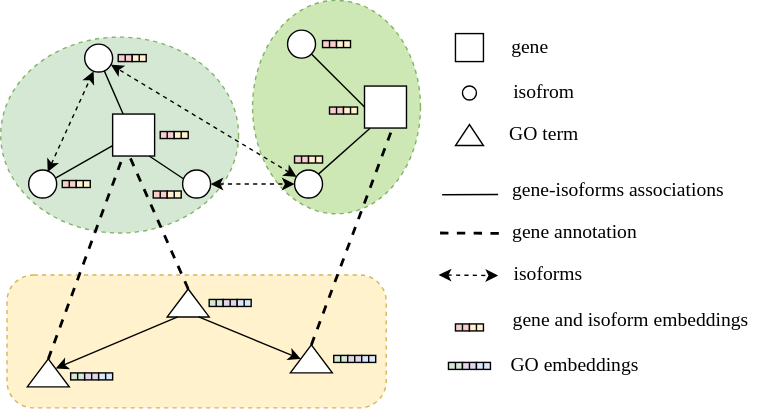
Before: 未命名绘图.drawio.svg, a diagram exported from draw.io (gk3046/testgkkk). Source tidied: cells renumbered, new cells last; positions are measured from the earlier drawing's top-left corner, leaving out a move shared by most shapes.
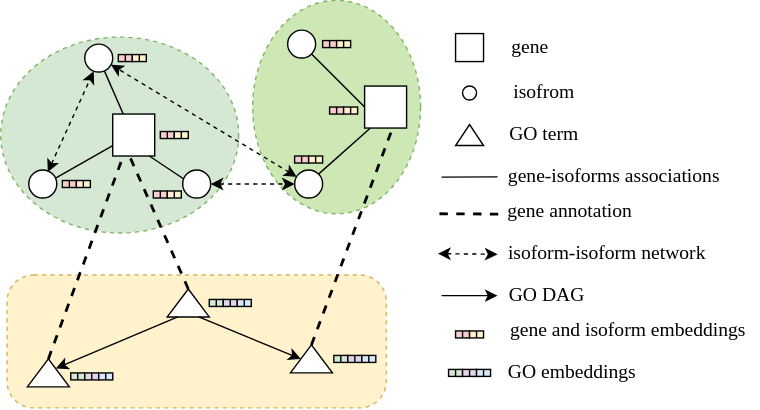
After the commit.

Commit message:
更新未命名绘图.drawio.svg

Diff of the diagram source:
```diff
@@ -104,36 +104,36 @@
     </mxCell>
     <mxCell id="34" style="endArrow=none;dashed=1;html=1;strokeWidth=2;rounded=0;" parent="1" edge="1">
       <mxGeometry relative="1" as="geometry">
-        <mxPoint x="314" y="166" as="sourcePoint" />
-        <mxPoint x="357" y="166.2" as="targetPoint" />
+        <mxPoint x="313.5" y="152.2" as="sourcePoint" />
+        <mxPoint x="356.5" y="152.5" as="targetPoint" />
       </mxGeometry>
     </mxCell>
-    <mxCell id="35" value="&lt;font style=&quot;font-size: 14px;&quot; face=&quot;Times New Roman&quot;&gt;gene annotation&lt;/font&gt;" style="text;html=1;align=center;verticalAlign=middle;strokeColor=none;fillColor=none;" parent="1" vertex="1">
-      <mxGeometry x="355" y="151" width="110" height="30" as="geometry" />
+    <mxCell id="35" value="&lt;font style=&quot;font-size: 14px;&quot; face=&quot;Times New Roman&quot;&gt;gene annotation&amp;nbsp;&amp;nbsp;&lt;/font&gt;" style="text;html=1;align=center;verticalAlign=middle;strokeColor=none;fillColor=none;" parent="1" vertex="1">
+      <mxGeometry x="350" y="136" width="120" height="30" as="geometry" />
     </mxCell>
     <mxCell id="36" style="endArrow=classic;startArrow=classic;html=1;rounded=0;dashed=1;exitX=1;exitY=0.5;exitDx=0;exitDy=0;" parent="1" edge="1">
       <mxGeometry relative="1" as="geometry">
-        <mxPoint x="313" y="196" as="sourcePoint" />
-        <mxPoint x="355.5" y="196.4" as="targetPoint" />
+        <mxPoint x="312.5" y="180.8" as="sourcePoint" />
+        <mxPoint x="355" y="181.2" as="targetPoint" />
       </mxGeometry>
     </mxCell>
-    <mxCell id="37" value="&lt;font face=&quot;Times New Roman&quot; style=&quot;font-size: 14px;&quot;&gt;isoforms&lt;/font&gt;" style="text;html=1;align=center;verticalAlign=middle;strokeColor=none;fillColor=none;" parent="1" vertex="1">
-      <mxGeometry x="355.5" y="181" width="70" height="30" as="geometry" />
+    <mxCell id="37" value="&lt;font face=&quot;Times New Roman&quot; style=&quot;font-size: 14px;&quot;&gt;isoform-isoform network&lt;/font&gt;" style="text;html=1;align=center;verticalAlign=middle;strokeColor=none;fillColor=none;" parent="1" vertex="1">
+      <mxGeometry x="352.5" y="166" width="160" height="30" as="geometry" />
     </mxCell>
     <mxCell id="38" style="endArrow=none;html=1;rounded=0;" parent="1" edge="1">
       <mxGeometry relative="1" as="geometry">
-        <mxPoint x="315.5" y="138.7" as="sourcePoint" />
-        <mxPoint x="355.5" y="138.5" as="targetPoint" />
+        <mxPoint x="315" y="126.1" as="sourcePoint" />
+        <mxPoint x="355" y="125.9" as="targetPoint" />
       </mxGeometry>
     </mxCell>
     <mxCell id="39" value="&lt;font style=&quot;font-size: 14px;&quot; face=&quot;Times New Roman&quot;&gt;gene-isoforms&amp;nbsp;associations&lt;br&gt;&lt;/font&gt;" style="text;html=1;align=center;verticalAlign=middle;strokeColor=none;fillColor=none;" parent="1" vertex="1">
-      <mxGeometry x="355.5" y="121" width="170" height="30" as="geometry" />
+      <mxGeometry x="352.5" y="111" width="170" height="30" as="geometry" />
     </mxCell>
     <mxCell id="40" style="shape=process;whiteSpace=wrap;html=1;backgroundOutline=1;size=0.5;fillColor=#d5e8d4;strokeColor=#000000;" parent="1" vertex="1">
-      <mxGeometry x="320" y="258.5" width="10" height="5" as="geometry" />
+      <mxGeometry x="320" y="263.5" width="10" height="5" as="geometry" />
     </mxCell>
     <mxCell id="41" style="shape=process;whiteSpace=wrap;html=1;backgroundOutline=1;size=0.5;fillColor=#e1d5e7;strokeColor=#000000;" parent="1" vertex="1">
-      <mxGeometry x="330" y="258.5" width="10" height="5" as="geometry" />
+      <mxGeometry x="330" y="263.5" width="10" height="5" as="geometry" />
     </mxCell>
     <mxCell id="42" style="shape=process;whiteSpace=wrap;html=1;backgroundOutline=1;size=0.5;fillColor=#f8cecc;strokeColor=#000000;" parent="1" vertex="1">
       <mxGeometry x="84" y="38.5" width="10" height="5" as="geometry" />
@@ -178,7 +178,7 @@
       <mxGeometry x="245" y="76" width="10" height="5" as="geometry" />
     </mxCell>
     <mxCell id="56" style="shape=process;whiteSpace=wrap;html=1;backgroundOutline=1;size=0.5;fillColor=#dae8fc;strokeColor=#000000;" parent="1" vertex="1">
-      <mxGeometry x="340" y="258.5" width="10" height="5" as="geometry" />
+      <mxGeometry x="340" y="263.5" width="10" height="5" as="geometry" />
     </mxCell>
     <mxCell id="57" style="shape=process;whiteSpace=wrap;html=1;backgroundOutline=1;size=0.5;fillColor=#d5e8d4;strokeColor=#000000;" parent="1" vertex="1">
       <mxGeometry x="149" y="213.5" width="10" height="5" as="geometry" />
@@ -208,16 +208,25 @@
       <mxGeometry x="70" y="266" width="10" height="5" as="geometry" />
     </mxCell>
     <mxCell id="66" style="shape=process;whiteSpace=wrap;html=1;backgroundOutline=1;size=0.5;fillColor=#f8cecc;strokeColor=#000000;" parent="1" vertex="1">
-      <mxGeometry x="325" y="231" width="10" height="5" as="geometry" />
+      <mxGeometry x="325" y="236" width="10" height="5" as="geometry" />
     </mxCell>
     <mxCell id="67" style="shape=process;whiteSpace=wrap;html=1;backgroundOutline=1;size=0.5;fillColor=#fff2cc;strokeColor=#000000;" parent="1" vertex="1">
-      <mxGeometry x="335" y="231" width="10" height="5" as="geometry" />
+      <mxGeometry x="335" y="236" width="10" height="5" as="geometry" />
     </mxCell>
     <mxCell id="68" value="&lt;font style=&quot;font-size: 14px;&quot; face=&quot;Times New Roman&quot;&gt;gene and isoform embeddings&lt;/font&gt;" style="text;html=1;align=center;verticalAlign=middle;strokeColor=none;fillColor=none;" parent="1" vertex="1">
-      <mxGeometry x="355" y="213.5" width="190" height="30" as="geometry" />
+      <mxGeometry x="352.5" y="221" width="190" height="30" as="geometry" />
     </mxCell>
     <mxCell id="69" value="&lt;font style=&quot;font-size: 14px;&quot; face=&quot;Times New Roman&quot;&gt;GO embeddings&lt;/font&gt;" style="text;html=1;align=center;verticalAlign=middle;strokeColor=none;fillColor=none;" parent="1" vertex="1">
-      <mxGeometry x="355" y="246" width="110" height="30" as="geometry" />
+      <mxGeometry x="352.5" y="251" width="110" height="30" as="geometry" />
     </mxCell>
+    <mxCell id="70" style="endArrow=classic;html=1;rounded=0;" parent="1" edge="1">
+      <mxGeometry relative="1" as="geometry">
+        <mxPoint x="315" y="210.8" as="sourcePoint" />
+        <mxPoint x="355" y="210.8" as="targetPoint" />
+      </mxGeometry>
+    </mxCell>
+    <mxCell id="71" value="&lt;font face=&quot;Times New Roman&quot; style=&quot;font-size: 14px;&quot;&gt;GO DAG&lt;/font&gt;" style="text;html=1;align=center;verticalAlign=middle;strokeColor=none;fillColor=none;" parent="1" vertex="1">
+      <mxGeometry x="350" y="196" width="80" height="30" as="geometry" />
+    </mxCell>
   </root>
 </mxGraphModel>
```
